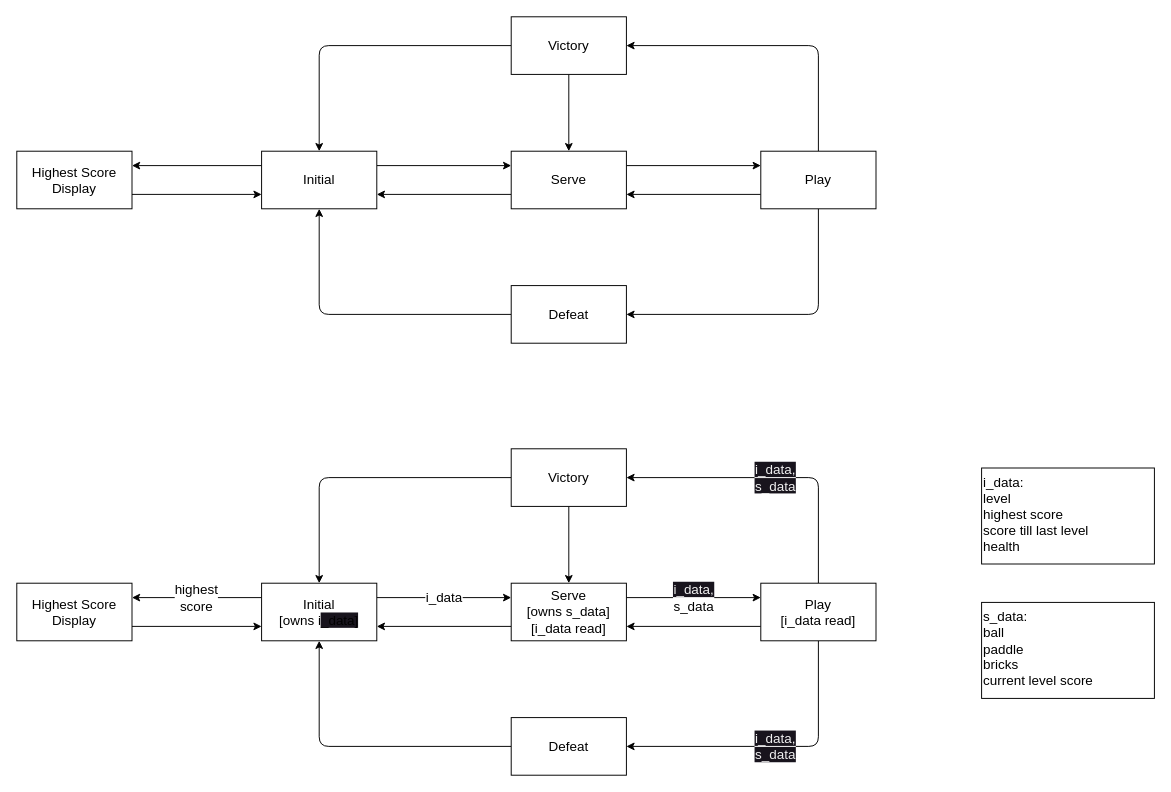
Before: doc/statemachine.drawio in Tushar625/BREAKOUT, a draw.io diagram. Source tidied: cells renumbered, new cells numbered last; positions are measured from the earlier drawing's top-left corner, leaving out a move shared by most shapes. Both pictures are drawn from the tidied source at 96%, with x=0, y=0 at pixel (16, 16).
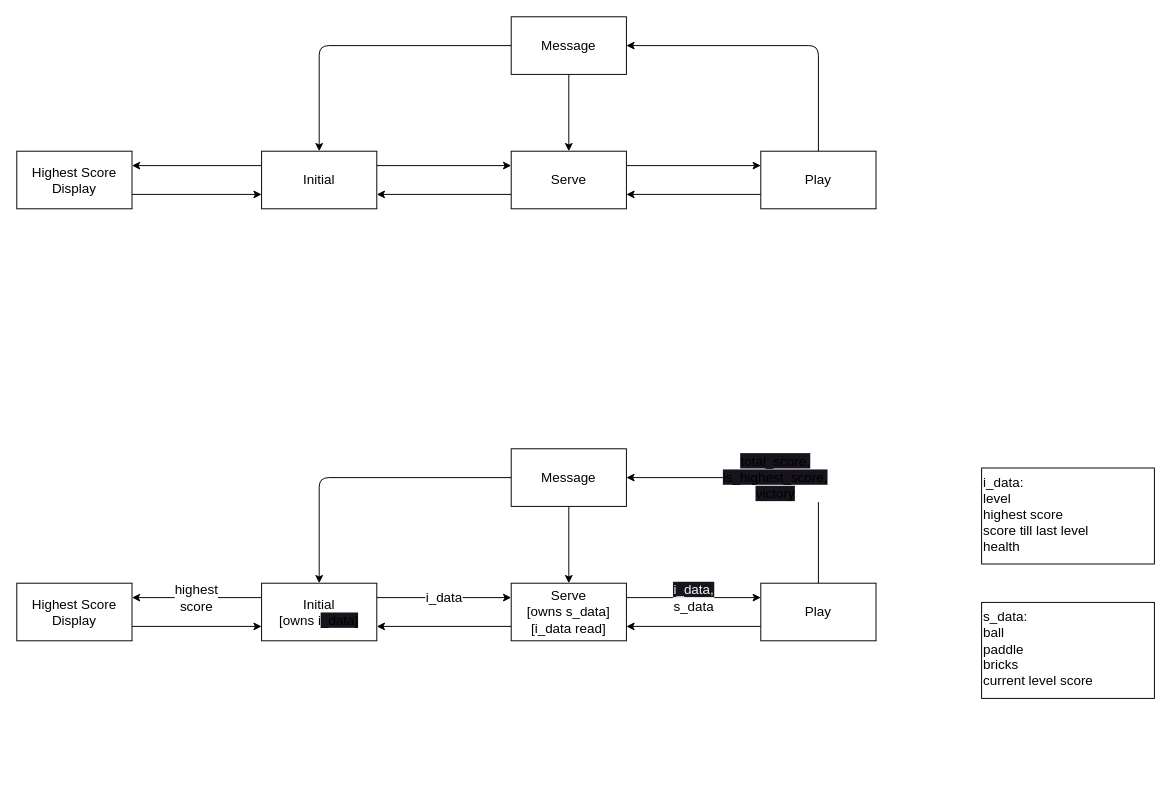
The same page after the edit.

Unchanged cells that the change refers to:
```xml
<mxCell id="4" value="&lt;font style=&quot;font-size: 14px;&quot;&gt;Initial&lt;/font&gt;" style="whiteSpace=wrap;html=1;" parent="1" vertex="1">
  <mxGeometry x="255" y="140" width="120" height="60" as="geometry" />
</mxCell>
<mxCell id="11" value="Play" style="whiteSpace=wrap;html=1;fontSize=14;" parent="1" vertex="1">
  <mxGeometry x="775" y="140" width="120" height="60" as="geometry" />
</mxCell>
<mxCell id="21" value="&lt;font style=&quot;font-size: 14px;&quot;&gt;Initial&lt;br&gt;[owns i&lt;span style=&quot;background-color: rgb(24, 20, 29);&quot;&gt;_data]&lt;/span&gt;&lt;br&gt;&lt;/font&gt;" style="whiteSpace=wrap;html=1;" parent="1" vertex="1">
  <mxGeometry x="255" y="590" width="120" height="60" as="geometry" />
</mxCell>
```

The edit, as a diff of the source:
```diff
@@
-    <mxCell id="10" style="edgeStyle=none;html=1;exitX=0.5;exitY=1;exitDx=0;exitDy=0;entryX=1;entryY=0.5;entryDx=0;entryDy=0;fontSize=14;" parent="1" edge="1" source="11" target="16">
-      <mxGeometry relative="1" as="geometry">
-        <Array as="points">
-          <mxPoint x="835" y="310" />
-        </Array>
-      </mxGeometry>
-    </mxCell>
@@
-    <mxCell id="14" value="Victory" style="whiteSpace=wrap;html=1;fontSize=14;" parent="1" vertex="1">
+    <mxCell id="14" value="Message" style="whiteSpace=wrap;html=1;fontSize=14;" parent="1" vertex="1">
       <mxGeometry x="515" width="120" height="60" as="geometry" />
     </mxCell>
-    <mxCell id="15" style="edgeStyle=none;html=1;exitX=0;exitY=0.5;exitDx=0;exitDy=0;entryX=0.5;entryY=1;entryDx=0;entryDy=0;fontSize=14;" parent="1" edge="1" source="16" target="4">
-      <mxGeometry relative="1" as="geometry">
-        <Array as="points">
-          <mxPoint x="315" y="310" />
-        </Array>
-      </mxGeometry>
-    </mxCell>
-    <mxCell id="16" value="Defeat" style="whiteSpace=wrap;html=1;fontSize=14;" parent="1" vertex="1">
-      <mxGeometry x="515" y="280" width="120" height="60" as="geometry" />
-    </mxCell>
@@
-    <mxCell id="26" value="&lt;span style=&quot;color: rgb(240, 240, 240); font-family: Helvetica; font-size: 14px; font-style: normal; font-variant-ligatures: normal; font-variant-caps: normal; font-weight: 400; letter-spacing: normal; orphans: 2; text-align: center; text-indent: 0px; text-transform: none; widows: 2; word-spacing: 0px; -webkit-text-stroke-width: 0px; background-color: rgb(24, 20, 29); text-decoration-thickness: initial; text-decoration-style: initial; text-decoration-color: initial; float: none; display: inline !important;&quot;&gt;i_data,&lt;br&gt;s_data&lt;br&gt;&lt;/span&gt;" style="edgeStyle=none;html=1;exitX=0.5;exitY=0;exitDx=0;exitDy=0;entryX=1;entryY=0.5;entryDx=0;entryDy=0;fontSize=14;" parent="1" edge="1" source="28" target="31">
+    <mxCell id="26" value="&lt;span style=&quot;orphans: 2; text-align: center; text-indent: 0px; widows: 2; background-color: rgb(24, 20, 29); text-decoration-thickness: initial; text-decoration-style: initial; text-decoration-color: initial; float: none; display: inline !important;&quot;&gt;total_score,&lt;br&gt;is_highest_score,&lt;br&gt;victory&lt;br&gt;&lt;/span&gt;" style="edgeStyle=none;html=1;exitX=0.5;exitY=0;exitDx=0;exitDy=0;entryX=1;entryY=0.5;entryDx=0;entryDy=0;fontSize=14;" parent="1" edge="1" source="28" target="31">
       <mxGeometry relative="1" as="geometry">
         <Array as="points">
           <mxPoint x="835" y="480" />
         </Array>
       </mxGeometry>
     </mxCell>
-    <mxCell id="27" value="&lt;span style=&quot;color: rgb(240, 240, 240); font-family: Helvetica; font-size: 14px; font-style: normal; font-variant-ligatures: normal; font-variant-caps: normal; font-weight: 400; letter-spacing: normal; orphans: 2; text-align: center; text-indent: 0px; text-transform: none; widows: 2; word-spacing: 0px; -webkit-text-stroke-width: 0px; background-color: rgb(24, 20, 29); text-decoration-thickness: initial; text-decoration-style: initial; text-decoration-color: initial; float: none; display: inline !important;&quot;&gt;i_data,&lt;br&gt;s_data&lt;br&gt;&lt;/span&gt;" style="edgeStyle=none;html=1;exitX=0.5;exitY=1;exitDx=0;exitDy=0;entryX=1;entryY=0.5;entryDx=0;entryDy=0;fontSize=14;" parent="1" edge="1" source="28" target="33">
-      <mxGeometry relative="1" as="geometry">
-        <Array as="points">
-          <mxPoint x="835" y="760" />
-        </Array>
-      </mxGeometry>
-    </mxCell>
-    <mxCell id="28" value="Play&lt;br&gt;[i_data read]" style="whiteSpace=wrap;html=1;fontSize=14;" parent="1" vertex="1">
+    <mxCell id="28" value="Play" style="whiteSpace=wrap;html=1;fontSize=14;" parent="1" vertex="1">
       <mxGeometry x="775" y="590" width="120" height="60" as="geometry" />
     </mxCell>
@@
-    <mxCell id="31" value="Victory" style="whiteSpace=wrap;html=1;fontSize=14;" parent="1" vertex="1">
+    <mxCell id="31" value="Message" style="whiteSpace=wrap;html=1;fontSize=14;" parent="1" vertex="1">
       <mxGeometry x="515" y="450" width="120" height="60" as="geometry" />
     </mxCell>
-    <mxCell id="32" style="edgeStyle=none;html=1;exitX=0;exitY=0.5;exitDx=0;exitDy=0;entryX=0.5;entryY=1;entryDx=0;entryDy=0;fontSize=14;" parent="1" edge="1" source="33" target="21">
-      <mxGeometry relative="1" as="geometry">
-        <Array as="points">
-          <mxPoint x="315" y="760" />
-        </Array>
-      </mxGeometry>
-    </mxCell>
-    <mxCell id="33" value="Defeat" style="whiteSpace=wrap;html=1;fontSize=14;" parent="1" vertex="1">
-      <mxGeometry x="515" y="730" width="120" height="60" as="geometry" />
-    </mxCell>
```
